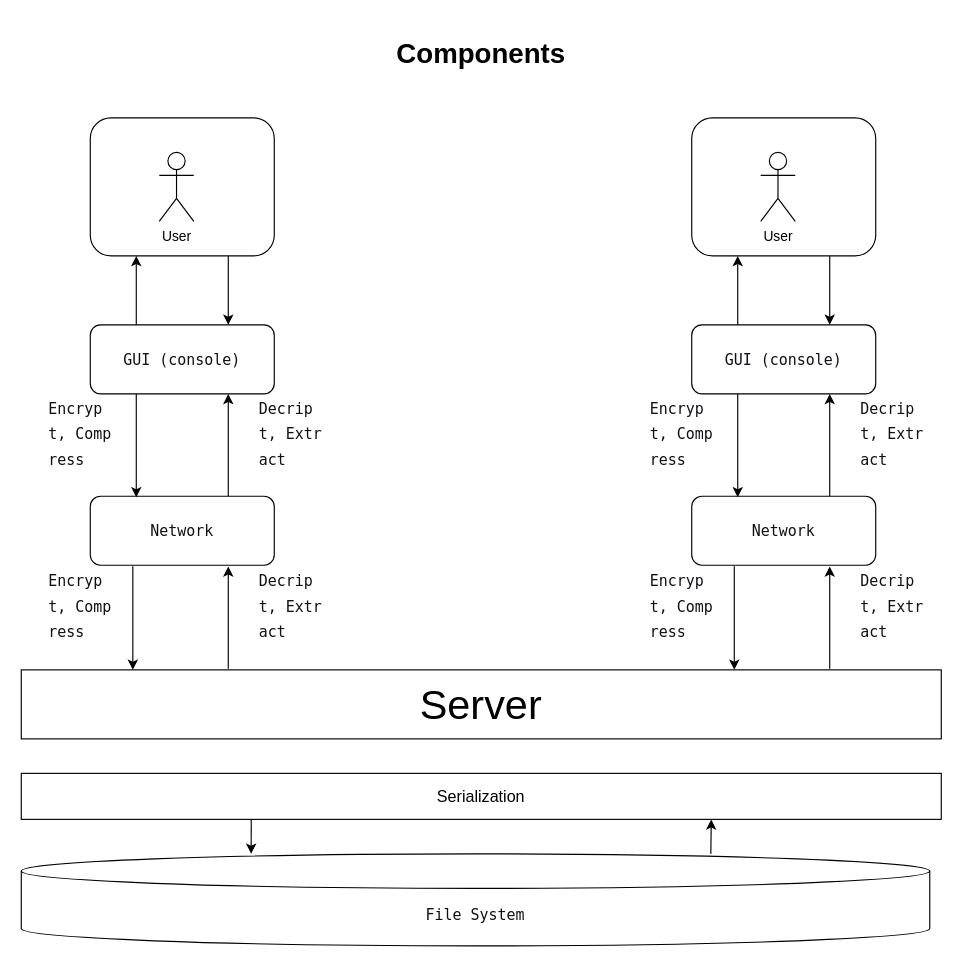
Above: Documentation/Components.drawio in CheskisVladimir/MessengerV (draw.io), before the change. Source tidied: cells renumbered, new cells numbered last; positions are measured from the earlier drawing's top-left corner, leaving out a move shared by most shapes. Both pictures are drawn from the tidied source at 115%, with x=0, y=0 at pixel (21, 37).
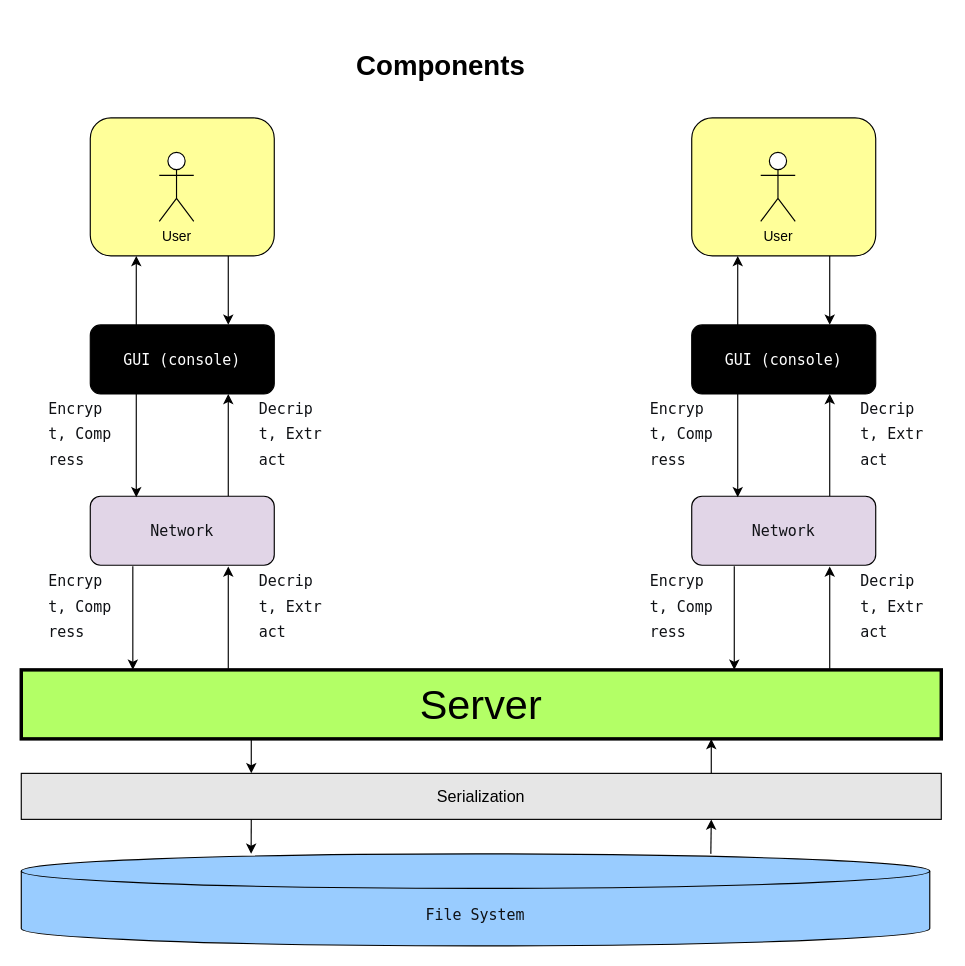
Above is the later version.

Diff of the diagram source:
```diff
@@
-    <mxCell id="3" style="rounded=1;whiteSpace=wrap;html=1;" parent="1" vertex="1">
+    <mxCell id="3" style="rounded=1;whiteSpace=wrap;html=1;fillColor=#FFFF99;" parent="1" vertex="1">
       <mxGeometry x="60" y="70" width="160" height="120" as="geometry" />
     </mxCell>
@@
-    <mxCell id="6" value="&lt;pre style=&quot;font-variant-numeric: normal; font-variant-east-asian: normal; font-variant-alternates: normal; font-size-adjust: none; font-kerning: auto; font-optical-sizing: auto; font-feature-settings: normal; font-variation-settings: normal; font-variant-position: normal; font-variant-emoji: normal; font-stretch: normal; font-size: 13px; line-height: 22px; font-family: Menlo, Monaco, Consolas, &amp;quot;Cascadia Mono&amp;quot;, &amp;quot;Ubuntu Mono&amp;quot;, &amp;quot;DejaVu Sans Mono&amp;quot;, &amp;quot;Liberation Mono&amp;quot;, &amp;quot;JetBrains Mono&amp;quot;, &amp;quot;Fira Code&amp;quot;, Cousine, &amp;quot;Roboto Mono&amp;quot;, &amp;quot;Courier New&amp;quot;, Courier, sans-serif, system-ui; overflow: auto; text-wrap-mode: wrap; word-break: break-all; padding: 16px; color: rgb(15, 17, 21); text-align: start; margin: 0px !important;&quot;&gt;Network&lt;/pre&gt;" style="rounded=1;whiteSpace=wrap;html=1;" parent="1" vertex="1">
+    <mxCell id="6" value="&lt;pre style=&quot;font-variant-numeric: normal; font-variant-east-asian: normal; font-variant-alternates: normal; font-size-adjust: none; font-kerning: auto; font-optical-sizing: auto; font-feature-settings: normal; font-variation-settings: normal; font-variant-position: normal; font-variant-emoji: normal; font-stretch: normal; font-size: 13px; line-height: 22px; font-family: Menlo, Monaco, Consolas, &amp;quot;Cascadia Mono&amp;quot;, &amp;quot;Ubuntu Mono&amp;quot;, &amp;quot;DejaVu Sans Mono&amp;quot;, &amp;quot;Liberation Mono&amp;quot;, &amp;quot;JetBrains Mono&amp;quot;, &amp;quot;Fira Code&amp;quot;, Cousine, &amp;quot;Roboto Mono&amp;quot;, &amp;quot;Courier New&amp;quot;, Courier, sans-serif, system-ui; overflow: auto; text-wrap-mode: wrap; word-break: break-all; padding: 16px; color: rgb(15, 17, 21); text-align: start; margin: 0px !important;&quot;&gt;Network&lt;/pre&gt;" style="rounded=1;whiteSpace=wrap;html=1;fillColor=#E1D5E7;" parent="1" vertex="1">
       <mxGeometry x="60" y="399" width="160" height="60" as="geometry" />
     </mxCell>
@@
-    <mxCell id="8" value="&lt;pre style=&quot;font-variant-numeric: normal; font-variant-east-asian: normal; font-variant-alternates: normal; font-size-adjust: none; font-kerning: auto; font-optical-sizing: auto; font-feature-settings: normal; font-variation-settings: normal; font-variant-position: normal; font-variant-emoji: normal; font-stretch: normal; font-size: 13px; line-height: 22px; font-family: Menlo, Monaco, Consolas, &amp;quot;Cascadia Mono&amp;quot;, &amp;quot;Ubuntu Mono&amp;quot;, &amp;quot;DejaVu Sans Mono&amp;quot;, &amp;quot;Liberation Mono&amp;quot;, &amp;quot;JetBrains Mono&amp;quot;, &amp;quot;Fira Code&amp;quot;, Cousine, &amp;quot;Roboto Mono&amp;quot;, &amp;quot;Courier New&amp;quot;, Courier, sans-serif, system-ui; overflow: auto; text-wrap-mode: wrap; word-break: break-all; padding: 16px; color: rgb(15, 17, 21); text-align: start; margin: 0px !important;&quot;&gt;GUI (console)&lt;/pre&gt;" style="rounded=1;whiteSpace=wrap;html=1;" parent="1" vertex="1">
+    <mxCell id="8" value="&lt;pre style=&quot;font-variant-numeric: normal; font-variant-east-asian: normal; font-variant-alternates: normal; font-size-adjust: none; font-kerning: auto; font-optical-sizing: auto; font-feature-settings: normal; font-variation-settings: normal; font-variant-position: normal; font-variant-emoji: normal; font-stretch: normal; font-size: 13px; line-height: 22px; font-family: Menlo, Monaco, Consolas, &amp;quot;Cascadia Mono&amp;quot;, &amp;quot;Ubuntu Mono&amp;quot;, &amp;quot;DejaVu Sans Mono&amp;quot;, &amp;quot;Liberation Mono&amp;quot;, &amp;quot;JetBrains Mono&amp;quot;, &amp;quot;Fira Code&amp;quot;, Cousine, &amp;quot;Roboto Mono&amp;quot;, &amp;quot;Courier New&amp;quot;, Courier, sans-serif, system-ui; overflow: auto; text-wrap-mode: wrap; word-break: break-all; padding: 16px; text-align: start; margin: 0px !important;&quot;&gt;&lt;font style=&quot;color: rgb(255, 255, 255);&quot;&gt;GUI (console)&lt;/font&gt;&lt;/pre&gt;" style="rounded=1;whiteSpace=wrap;html=1;fillColor=#000000;" parent="1" vertex="1">
       <mxGeometry x="60" y="250" width="160" height="60" as="geometry" />
     </mxCell>
@@
-    <mxCell id="17" style="rounded=1;whiteSpace=wrap;html=1;" parent="1" vertex="1">
+    <mxCell id="17" style="rounded=1;whiteSpace=wrap;html=1;fillColor=#FFFF99;" parent="1" vertex="1">
       <mxGeometry x="583" y="70" width="160" height="120" as="geometry" />
     </mxCell>
@@
-    <mxCell id="20" value="&lt;pre style=&quot;font-variant-numeric: normal; font-variant-east-asian: normal; font-variant-alternates: normal; font-size-adjust: none; font-kerning: auto; font-optical-sizing: auto; font-feature-settings: normal; font-variation-settings: normal; font-variant-position: normal; font-variant-emoji: normal; font-stretch: normal; font-size: 13px; line-height: 22px; font-family: Menlo, Monaco, Consolas, &amp;quot;Cascadia Mono&amp;quot;, &amp;quot;Ubuntu Mono&amp;quot;, &amp;quot;DejaVu Sans Mono&amp;quot;, &amp;quot;Liberation Mono&amp;quot;, &amp;quot;JetBrains Mono&amp;quot;, &amp;quot;Fira Code&amp;quot;, Cousine, &amp;quot;Roboto Mono&amp;quot;, &amp;quot;Courier New&amp;quot;, Courier, sans-serif, system-ui; overflow: auto; text-wrap-mode: wrap; word-break: break-all; padding: 16px; color: rgb(15, 17, 21); text-align: start; margin: 0px !important;&quot;&gt;Network&lt;/pre&gt;" style="rounded=1;whiteSpace=wrap;html=1;" parent="1" vertex="1">
+    <mxCell id="20" value="&lt;pre style=&quot;font-variant-numeric: normal; font-variant-east-asian: normal; font-variant-alternates: normal; font-size-adjust: none; font-kerning: auto; font-optical-sizing: auto; font-feature-settings: normal; font-variation-settings: normal; font-variant-position: normal; font-variant-emoji: normal; font-stretch: normal; font-size: 13px; line-height: 22px; font-family: Menlo, Monaco, Consolas, &amp;quot;Cascadia Mono&amp;quot;, &amp;quot;Ubuntu Mono&amp;quot;, &amp;quot;DejaVu Sans Mono&amp;quot;, &amp;quot;Liberation Mono&amp;quot;, &amp;quot;JetBrains Mono&amp;quot;, &amp;quot;Fira Code&amp;quot;, Cousine, &amp;quot;Roboto Mono&amp;quot;, &amp;quot;Courier New&amp;quot;, Courier, sans-serif, system-ui; overflow: auto; text-wrap-mode: wrap; word-break: break-all; padding: 16px; color: rgb(15, 17, 21); text-align: start; margin: 0px !important;&quot;&gt;Network&lt;/pre&gt;" style="rounded=1;whiteSpace=wrap;html=1;fillColor=#E1D5E7;" parent="1" vertex="1">
       <mxGeometry x="583" y="399" width="160" height="60" as="geometry" />
     </mxCell>
@@
-    <mxCell id="22" value="&lt;pre style=&quot;font-variant-numeric: normal; font-variant-east-asian: normal; font-variant-alternates: normal; font-size-adjust: none; font-kerning: auto; font-optical-sizing: auto; font-feature-settings: normal; font-variation-settings: normal; font-variant-position: normal; font-variant-emoji: normal; font-stretch: normal; font-size: 13px; line-height: 22px; font-family: Menlo, Monaco, Consolas, &amp;quot;Cascadia Mono&amp;quot;, &amp;quot;Ubuntu Mono&amp;quot;, &amp;quot;DejaVu Sans Mono&amp;quot;, &amp;quot;Liberation Mono&amp;quot;, &amp;quot;JetBrains Mono&amp;quot;, &amp;quot;Fira Code&amp;quot;, Cousine, &amp;quot;Roboto Mono&amp;quot;, &amp;quot;Courier New&amp;quot;, Courier, sans-serif, system-ui; overflow: auto; text-wrap-mode: wrap; word-break: break-all; padding: 16px; color: rgb(15, 17, 21); text-align: start; margin: 0px !important;&quot;&gt;GUI (console)&lt;/pre&gt;" style="rounded=1;whiteSpace=wrap;html=1;" parent="1" vertex="1">
+    <mxCell id="22" value="&lt;pre style=&quot;font-variant-numeric: normal; font-variant-east-asian: normal; font-variant-alternates: normal; font-size-adjust: none; font-kerning: auto; font-optical-sizing: auto; font-feature-settings: normal; font-variation-settings: normal; font-variant-position: normal; font-variant-emoji: normal; font-stretch: normal; font-size: 13px; line-height: 22px; font-family: Menlo, Monaco, Consolas, &amp;quot;Cascadia Mono&amp;quot;, &amp;quot;Ubuntu Mono&amp;quot;, &amp;quot;DejaVu Sans Mono&amp;quot;, &amp;quot;Liberation Mono&amp;quot;, &amp;quot;JetBrains Mono&amp;quot;, &amp;quot;Fira Code&amp;quot;, Cousine, &amp;quot;Roboto Mono&amp;quot;, &amp;quot;Courier New&amp;quot;, Courier, sans-serif, system-ui; overflow: auto; text-wrap-mode: wrap; word-break: break-all; padding: 16px; text-align: start; margin: 0px !important;&quot;&gt;&lt;font style=&quot;color: rgb(255, 255, 255);&quot;&gt;GUI (console)&lt;/font&gt;&lt;/pre&gt;" style="rounded=1;whiteSpace=wrap;html=1;fillColor=#000000;" parent="1" vertex="1">
       <mxGeometry x="583" y="250" width="160" height="60" as="geometry" />
     </mxCell>
@@
+    <mxCell id="36" style="edgeStyle=orthogonalEdgeStyle;rounded=0;jettySize=auto;html=1;exitX=0.25;exitY=1;exitDx=0;exitDy=0;entryX=0.25;entryY=0;entryDx=0;entryDy=0;" parent="1" edge="1" source="30" target="31">
+      <mxGeometry relative="1" as="geometry" />
+    </mxCell>
-    <mxCell id="30" value="&lt;font style=&quot;font-size: 36px;&quot;&gt;Server&lt;/font&gt;" style="rounded=0;whiteSpace=wrap;html=1;" parent="1" vertex="1">
+    <mxCell id="30" value="&lt;font style=&quot;font-size: 36px;&quot;&gt;Server&lt;/font&gt;" style="rounded=0;whiteSpace=wrap;html=1;strokeWidth=3;fillColor=#B3FF66;" parent="1" vertex="1">
       <mxGeometry y="550" width="800" height="60" as="geometry" />
     </mxCell>
+    <mxCell id="37" style="edgeStyle=orthogonalEdgeStyle;rounded=0;jettySize=auto;html=1;exitX=0.75;exitY=0;exitDx=0;exitDy=0;entryX=0.75;entryY=1;entryDx=0;entryDy=0;" parent="1" edge="1" source="31" target="30">
+      <mxGeometry relative="1" as="geometry" />
+    </mxCell>
-    <mxCell id="31" value="&lt;font style=&quot;font-size: 14px;&quot;&gt;Serialization&lt;/font&gt;" style="rounded=0;whiteSpace=wrap;html=1;" parent="1" vertex="1">
+    <mxCell id="31" value="&lt;font style=&quot;font-size: 14px;&quot;&gt;Serialization&lt;/font&gt;" style="rounded=0;whiteSpace=wrap;html=1;fillColor=#E6E6E6;" parent="1" vertex="1">
       <mxGeometry y="640" width="800" height="40" as="geometry" />
     </mxCell>
-    <mxCell id="32" value="&lt;pre style=&quot;font-variant-numeric: normal; font-variant-east-asian: normal; font-variant-alternates: normal; font-size-adjust: none; font-kerning: auto; font-optical-sizing: auto; font-feature-settings: normal; font-variation-settings: normal; font-variant-position: normal; font-variant-emoji: normal; font-stretch: normal; font-size: 13px; line-height: 22px; font-family: Menlo, Monaco, Consolas, &amp;quot;Cascadia Mono&amp;quot;, &amp;quot;Ubuntu Mono&amp;quot;, &amp;quot;DejaVu Sans Mono&amp;quot;, &amp;quot;Liberation Mono&amp;quot;, &amp;quot;JetBrains Mono&amp;quot;, &amp;quot;Fira Code&amp;quot;, Cousine, &amp;quot;Roboto Mono&amp;quot;, &amp;quot;Courier New&amp;quot;, Courier, sans-serif, system-ui; overflow: auto; text-wrap-mode: wrap; word-break: break-all; padding: 16px; color: rgb(15, 17, 21); text-align: start; margin: 0px !important;&quot;&gt;File System&lt;/pre&gt;" style="shape=cylinder3;whiteSpace=wrap;html=1;boundedLbl=1;backgroundOutline=1;size=15;" parent="1" vertex="1">
+    <mxCell id="32" value="&lt;pre style=&quot;font-variant-numeric: normal; font-variant-east-asian: normal; font-variant-alternates: normal; font-size-adjust: none; font-kerning: auto; font-optical-sizing: auto; font-feature-settings: normal; font-variation-settings: normal; font-variant-position: normal; font-variant-emoji: normal; font-stretch: normal; font-size: 13px; line-height: 22px; font-family: Menlo, Monaco, Consolas, &amp;quot;Cascadia Mono&amp;quot;, &amp;quot;Ubuntu Mono&amp;quot;, &amp;quot;DejaVu Sans Mono&amp;quot;, &amp;quot;Liberation Mono&amp;quot;, &amp;quot;JetBrains Mono&amp;quot;, &amp;quot;Fira Code&amp;quot;, Cousine, &amp;quot;Roboto Mono&amp;quot;, &amp;quot;Courier New&amp;quot;, Courier, sans-serif, system-ui; overflow: auto; text-wrap-mode: wrap; word-break: break-all; padding: 16px; color: rgb(15, 17, 21); text-align: start; margin: 0px !important;&quot;&gt;File System&lt;/pre&gt;" style="shape=cylinder3;whiteSpace=wrap;html=1;boundedLbl=1;backgroundOutline=1;size=15;fillColor=#99CCFF;" parent="1" vertex="1">
       <mxGeometry y="710" width="790" height="80" as="geometry" />
     </mxCell>
@@
     <mxCell id="35" value="&lt;h1&gt;Components&lt;/h1&gt;" style="text;html=1;whiteSpace=wrap;strokeColor=none;fillColor=none;align=center;verticalAlign=middle;rounded=0;" parent="1" vertex="1">
-      <mxGeometry x="370" width="60" height="30" as="geometry" />
+      <mxGeometry x="240" y="10" width="250" height="30" as="geometry" />
     </mxCell>
```
